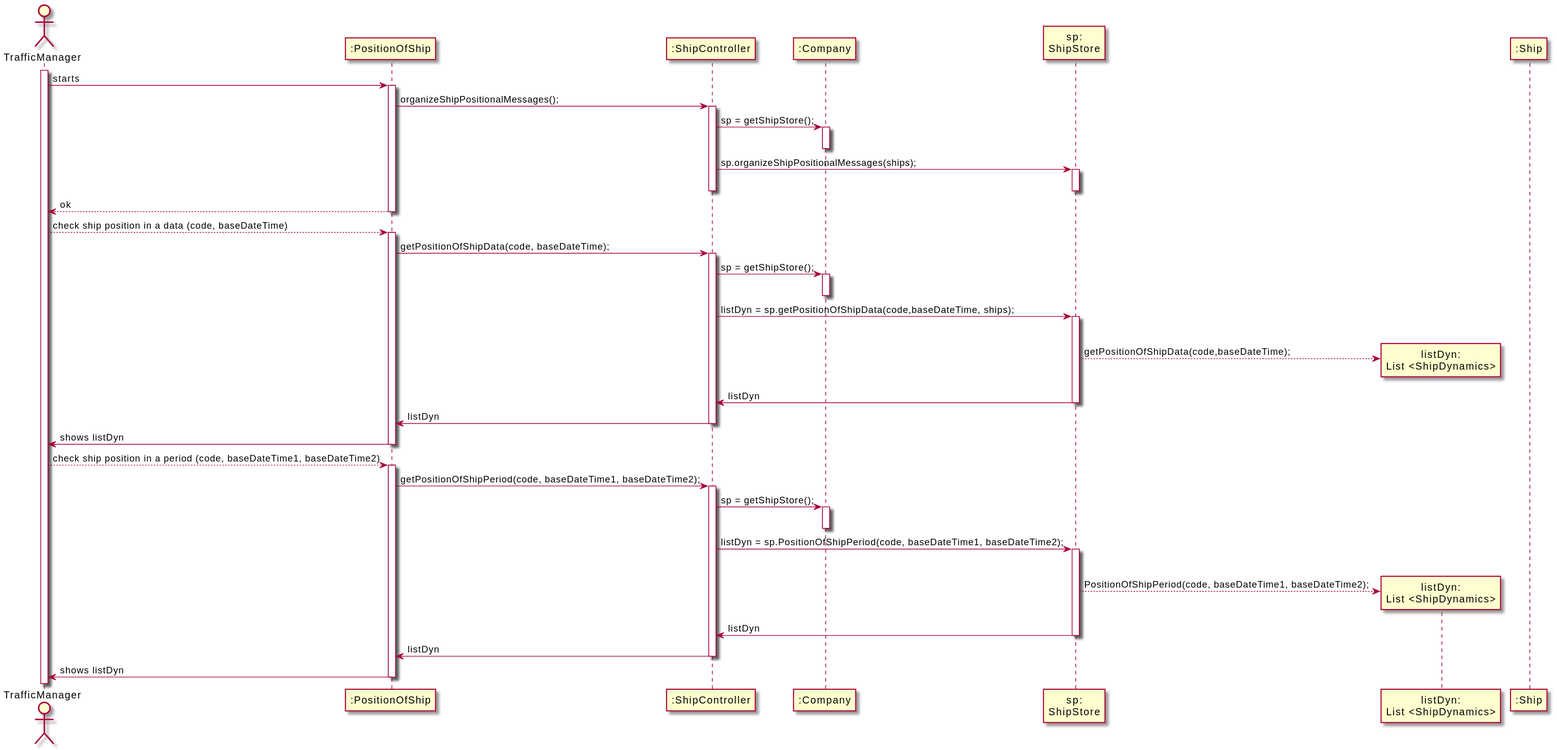
Before: docs/US103/US103_SD.svg, a diagram exported from PlantUML (RuiRioPina/CargoMaster).
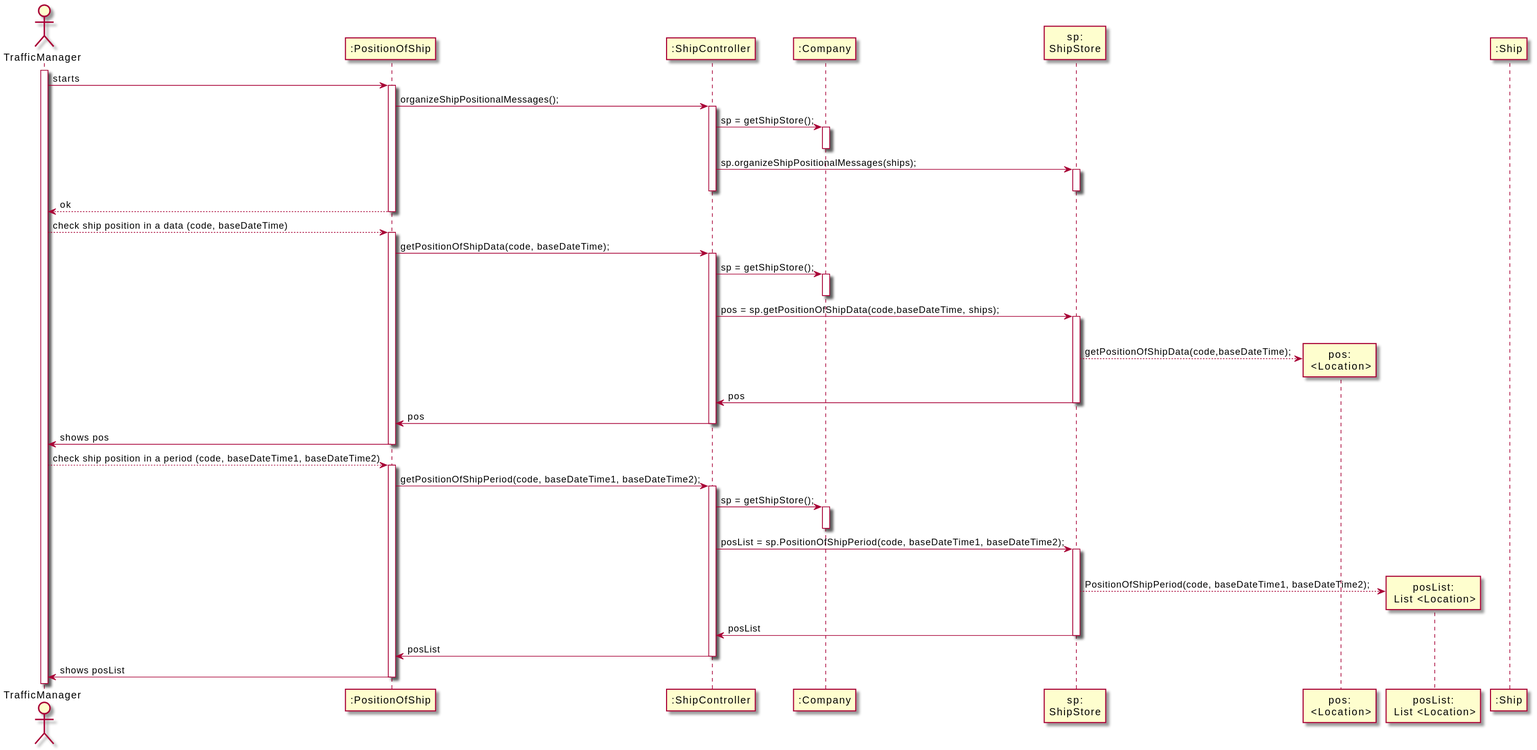
After the change.

Commit message:
<G76-42>  #comment US103 design update

Diff of the diagram source:
```diff
@@ -4,7 +4,8 @@
 participant ":ShipController" as CTRL
 participant ":Company" as CMP
 participant "sp:\nShipStore" as STORE
-participant "listDyn:\nList <ShipDynamics>" as listDyn
+participant "pos:\n <Location>" as pos
+participant "posList:\n List <Location>" as posList
 participant ":Ship" as SHIP
 
 activate TM
@@ -29,16 +30,16 @@
 CTRL -> CMP : sp = getShipStore();
 activate CMP
 deactivate CMP
-CTRL -> STORE : listDyn = sp.getPositionOfShipData(code,baseDateTime, ships);
+CTRL -> STORE : pos = sp.getPositionOfShipData(code,baseDateTime, ships);
 activate STORE
 deactivate CMP
-STORE --> listDyn** : getPositionOfShipData(code,baseDateTime);
+STORE --> pos** : getPositionOfShipData(code,baseDateTime);
 
-STORE -> CTRL : listDyn
+STORE -> CTRL : pos
 deactivate STORE
-CTRL -> POS :listDyn
+CTRL -> POS :pos
 deactivate CTRL
-POS -> TM : shows listDyn
+POS -> TM : shows pos
 deactivate POS
 TM --> POS : check ship position in a period (code, baseDateTime1, baseDateTime2)
 activate POS
@@ -47,15 +48,15 @@
 CTRL -> CMP : sp = getShipStore();
 activate CMP
 deactivate CMP
-CTRL -> STORE : listDyn = sp.PositionOfShipPeriod(code, baseDateTime1, baseDateTime2);
+CTRL -> STORE : posList = sp.PositionOfShipPeriod(code, baseDateTime1, baseDateTime2);
 activate STORE
 deactivate CMP
-STORE --> listDyn** : PositionOfShipPeriod(code, baseDateTime1, baseDateTime2);
+STORE --> posList** : PositionOfShipPeriod(code, baseDateTime1, baseDateTime2);
 
-STORE -> CTRL : listDyn
+STORE -> CTRL : posList
 deactivate STORE
-CTRL -> POS :listDyn
+CTRL -> POS :posList
 deactivate CTRL
-POS -> TM : shows listDyn
+POS -> TM : shows posList
 deactivate POS
 @enduml
```
